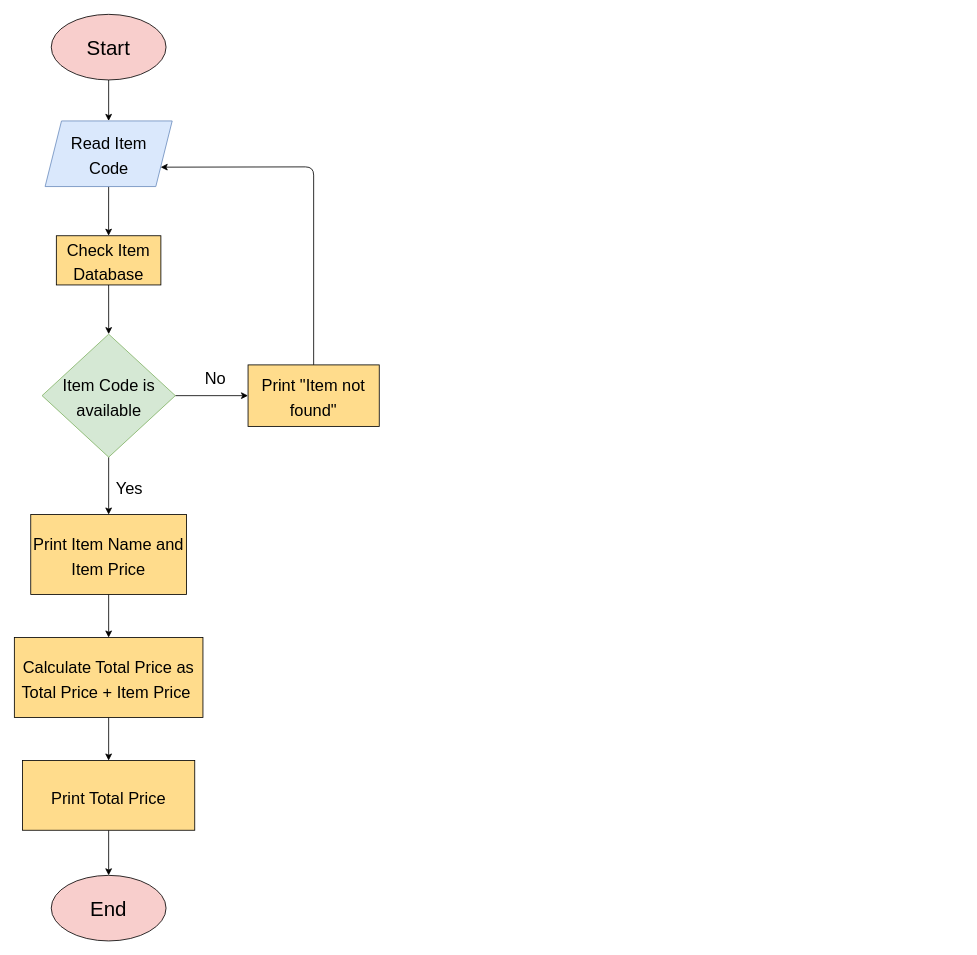
Earlier version of the draw.io diagram flowchart.drawio (WantToBePro31/frederick_wijayadi_susilo-cashier_system). Source tidied: cells renumbered, new cells numbered last; positions are measured from the earlier drawing's top-left corner, leaving out a move shared by most shapes. Both pictures are drawn from the tidied source at 82%, with x=0, y=0 at pixel (14, 14).
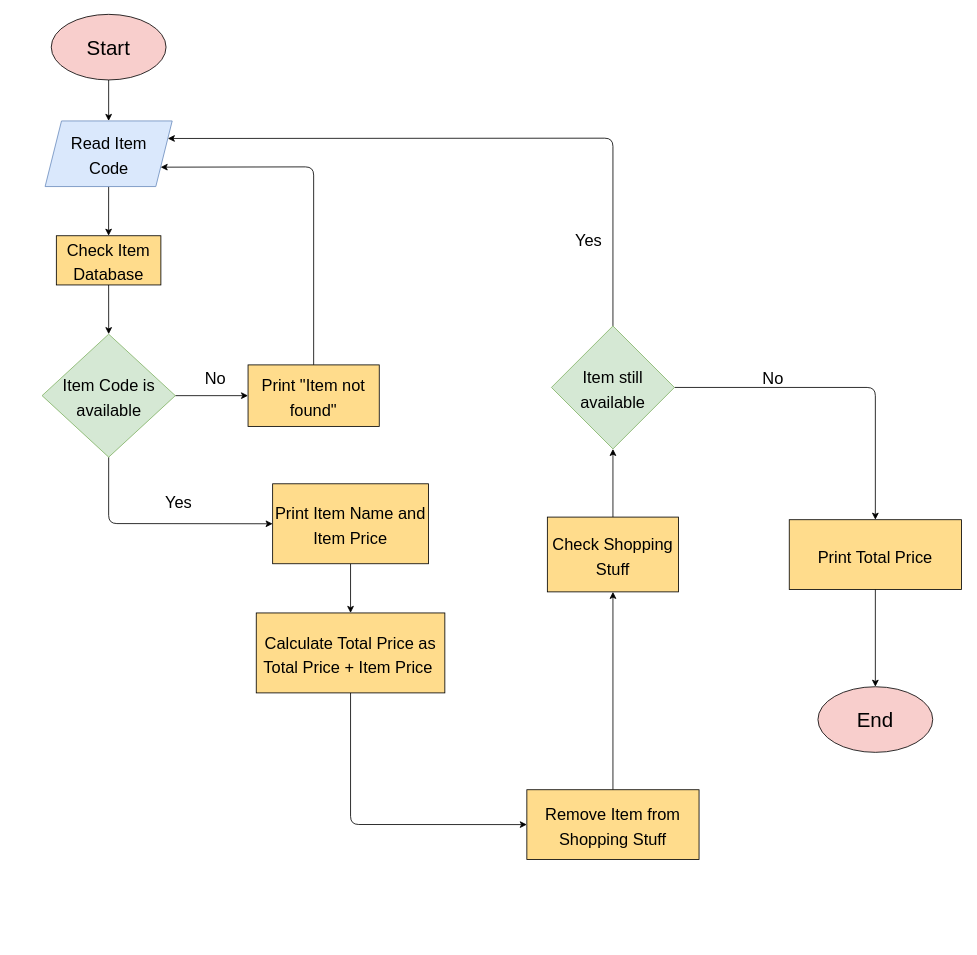
Above is the later version.

Commit message:
feat: add looping for all items

Unchanged cells that the change refers to:
```xml
<mxCell id="5" value="&lt;font style=&quot;font-size: 20px&quot; color=&quot;#000000&quot;&gt;Read Item&lt;br&gt;Code&lt;/font&gt;" style="shape=parallelogram;perimeter=parallelogramPerimeter;whiteSpace=wrap;html=1;fixedSize=1;fontSize=25;fillColor=#dae8fc;strokeColor=#6c8ebf;" parent="1" vertex="1">
  <mxGeometry x="37.5" y="130" width="155" height="80" as="geometry" />
</mxCell>
<mxCell id="8" value="&lt;font style=&quot;font-size: 20px&quot;&gt;Item Code is available&lt;/font&gt;" style="rhombus;whiteSpace=wrap;html=1;fontSize=25;fillColor=#D5E8D4;strokeColor=#82b366;fontColor=#000000;" parent="1" vertex="1">
  <mxGeometry x="33.8" y="390" width="162.5" height="150" as="geometry" />
</mxCell>
```

Change to the diagram source:
```diff
@@
-    <mxCell id="7" style="edgeStyle=none;html=1;entryX=0.5;entryY=0;entryDx=0;entryDy=0;strokeColor=#000000;" parent="1" edge="1" source="8" target="21">
-      <mxGeometry relative="1" as="geometry" />
+    <mxCell id="7" style="edgeStyle=none;html=1;entryX=0;entryY=0.5;entryDx=0;entryDy=0;fontSize=30;fontColor=#000000;strokeColor=#000000;" parent="1" edge="1" source="8" target="21">
+      <mxGeometry relative="1" as="geometry">
+        <Array as="points">
+          <mxPoint x="115" y="621" />
+        </Array>
+      </mxGeometry>
     </mxCell>
@@
-    <mxCell id="12" value="&lt;font&gt;Yes&lt;/font&gt;" style="text;html=1;align=center;verticalAlign=middle;strokeColor=none;fillColor=none;fontSize=20;fontColor=#000000;" parent="1" vertex="1">
-      <mxGeometry x="115" y="562.5" width="50" height="30" as="geometry" />
-    </mxCell>
+    <mxCell id="22" value="&lt;font&gt;Yes&lt;/font&gt;" style="text;html=1;align=center;verticalAlign=middle;strokeColor=none;fillColor=none;fontSize=20;fontColor=#000000;" parent="1" vertex="1">
+      <mxGeometry x="175" y="580" width="50" height="30" as="geometry" />
+    </mxCell>
@@
-    <mxCell id="15" style="edgeStyle=none;html=1;entryX=0.5;entryY=0;entryDx=0;entryDy=0;strokeColor=#000000;" parent="1" edge="1" source="16" target="18">
-      <mxGeometry relative="1" as="geometry" />
-    </mxCell>
+    <mxCell id="23" style="edgeStyle=none;html=1;entryX=0;entryY=0.5;entryDx=0;entryDy=0;fontColor=#000000;strokeColor=#000000;" parent="1" edge="1" source="16" target="31">
+      <mxGeometry relative="1" as="geometry">
+        <Array as="points">
+          <mxPoint x="410" y="988" />
+        </Array>
+      </mxGeometry>
+    </mxCell>
     <mxCell id="16" value="&lt;font style=&quot;font-size: 20px&quot;&gt;Calculate Total Price as Total Price + Item Price&amp;nbsp;&lt;/font&gt;" style="whiteSpace=wrap;html=1;fontSize=25;fillColor=#FFDC8C;fontColor=#000000;" parent="1" vertex="1">
-      <mxGeometry y="760" width="230" height="97.5" as="geometry" />
+      <mxGeometry x="295" y="730" width="230" height="97.5" as="geometry" />
     </mxCell>
+    <mxCell id="24" style="edgeStyle=none;html=1;fontSize=20;fontColor=#000000;strokeColor=#000000;" parent="1" edge="1" source="25" target="28">
+      <mxGeometry relative="1" as="geometry" />
+    </mxCell>
+    <mxCell id="25" value="&lt;font style=&quot;font-size: 20px&quot;&gt;Check Shopping Stuff&lt;/font&gt;" style="whiteSpace=wrap;html=1;fontSize=25;fillColor=#FFDC8C;fontColor=#000000;" parent="1" vertex="1">
+      <mxGeometry x="650" y="613.1" width="160" height="91.2" as="geometry" />
+    </mxCell>
+    <mxCell id="26" style="edgeStyle=none;html=1;entryX=1;entryY=0.25;entryDx=0;entryDy=0;fontSize=20;fontColor=#000000;exitX=0.5;exitY=0;exitDx=0;exitDy=0;strokeColor=#000000;" parent="1" edge="1" source="28" target="5">
+      <mxGeometry relative="1" as="geometry">
+        <Array as="points">
+          <mxPoint x="730" y="151" />
+        </Array>
+      </mxGeometry>
+    </mxCell>
+    <mxCell id="27" style="edgeStyle=none;html=1;entryX=0.5;entryY=0;entryDx=0;entryDy=0;strokeColor=#000000;" parent="1" edge="1" source="28" target="18">
+      <mxGeometry relative="1" as="geometry">
+        <Array as="points">
+          <mxPoint x="1050" y="455" />
+        </Array>
+      </mxGeometry>
+    </mxCell>
+    <mxCell id="28" value="&lt;font style=&quot;font-size: 20px&quot;&gt;Item still available&lt;/font&gt;" style="rhombus;whiteSpace=wrap;html=1;fontSize=25;fillColor=#d5e8d4;strokeColor=#82b366;fontColor=#000000;" parent="1" vertex="1">
+      <mxGeometry x="655" y="380" width="150" height="150" as="geometry" />
+    </mxCell>
+    <mxCell id="29" value="&lt;font&gt;Yes&lt;/font&gt;" style="text;html=1;align=center;verticalAlign=middle;strokeColor=none;fillColor=none;fontSize=20;fontColor=#000000;" parent="1" vertex="1">
+      <mxGeometry x="675" y="260" width="50" height="30" as="geometry" />
+    </mxCell>
@@
     <mxCell id="18" value="&lt;span style=&quot;font-size: 20px&quot;&gt;Print Total Price&lt;/span&gt;" style="whiteSpace=wrap;html=1;fontSize=25;fillColor=#FFDC8C;fontColor=#000000;" parent="1" vertex="1">
-      <mxGeometry x="10" y="910" width="210" height="85" as="geometry" />
+      <mxGeometry x="945" y="616.3" width="210" height="85" as="geometry" />
     </mxCell>
     <mxCell id="19" value="End" style="ellipse;whiteSpace=wrap;html=1;fillColor=#F8CECC;fontFamily=Helvetica;fontColor=#000000;fontSize=25;" parent="1" vertex="1">
-      <mxGeometry x="45" y="1050" width="140" height="80" as="geometry" />
+      <mxGeometry x="980" y="820" width="140" height="80" as="geometry" />
     </mxCell>
+    <mxCell id="30" style="edgeStyle=none;html=1;fontColor=#000000;strokeColor=#000000;" parent="1" edge="1" source="31" target="25">
+      <mxGeometry relative="1" as="geometry" />
+    </mxCell>
+    <mxCell id="31" value="&lt;span style=&quot;font-size: 20px&quot;&gt;Remove Item from Shopping Stuff&lt;/span&gt;" style="whiteSpace=wrap;html=1;fontSize=25;fillColor=#FFDC8C;fontColor=#000000;" parent="1" vertex="1">
+      <mxGeometry x="625" y="945.6" width="210" height="85" as="geometry" />
+    </mxCell>
+    <mxCell id="32" value="&lt;font style=&quot;font-size: 20px&quot;&gt;No&lt;/font&gt;" style="text;html=1;align=center;verticalAlign=middle;strokeColor=none;fillColor=none;fontColor=#000000;" parent="1" vertex="1">
+      <mxGeometry x="905" y="432.5" width="40" height="20" as="geometry" />
+    </mxCell>
@@
     <mxCell id="21" value="&lt;font style=&quot;font-size: 20px&quot;&gt;Print Item Name and Item Price&lt;/font&gt;" style="whiteSpace=wrap;html=1;fontSize=25;fillColor=#FFDC8C;fontColor=#000000;" parent="1" vertex="1">
-      <mxGeometry x="20" y="610" width="190" height="97.5" as="geometry" />
+      <mxGeometry x="315" y="572.5" width="190" height="97.5" as="geometry" />
     </mxCell>
```
